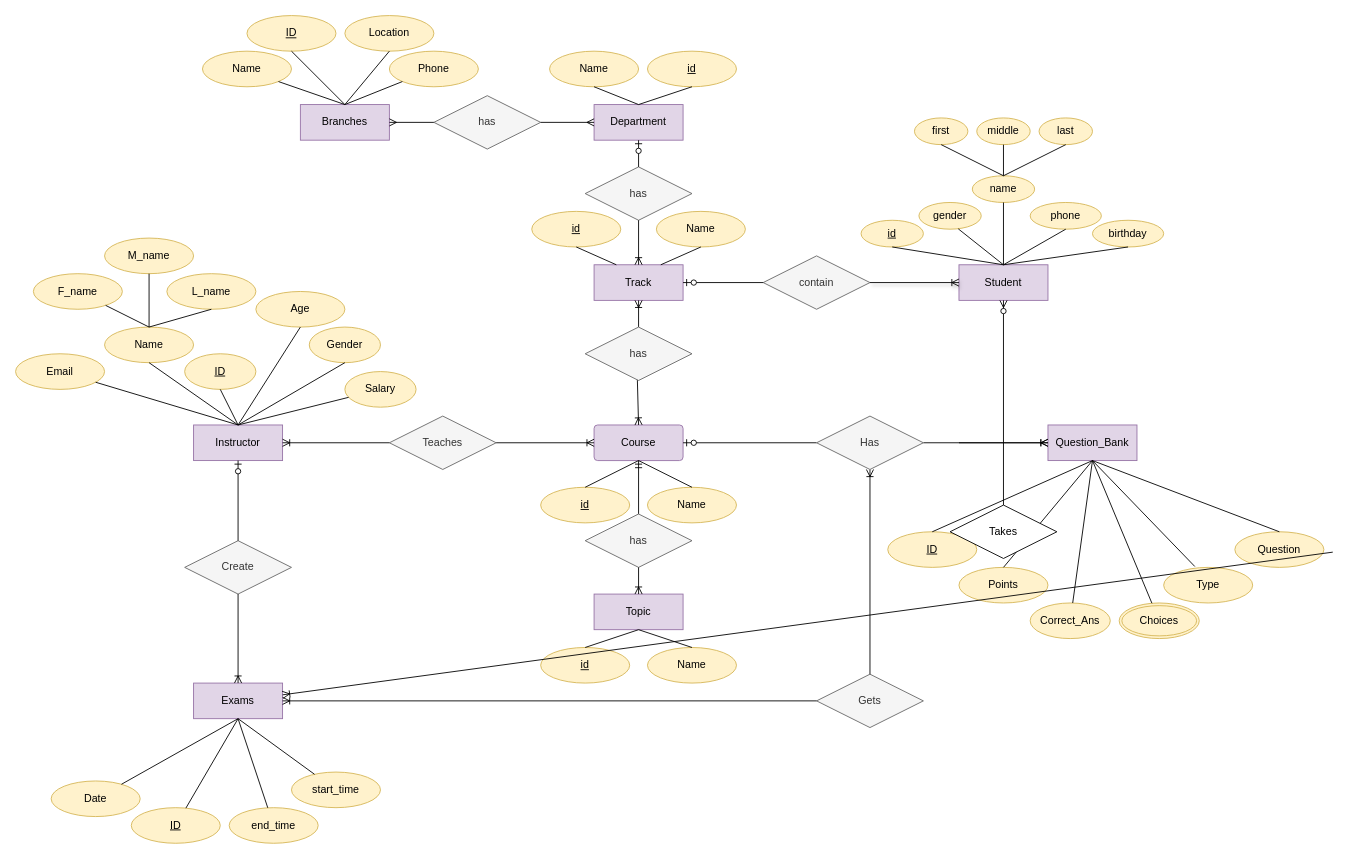
Before: OnlineExaminationSystem.drawio in aya-abdelmageed/OnlineExaminationSystem, a draw.io diagram. Source tidied: cells renumbered, new cells numbered last; positions are measured from the earlier drawing's top-left corner, leaving out a move shared by most shapes. Both pictures are drawn from the tidied source at 89%, with x=0, y=0 at pixel (15, 15).
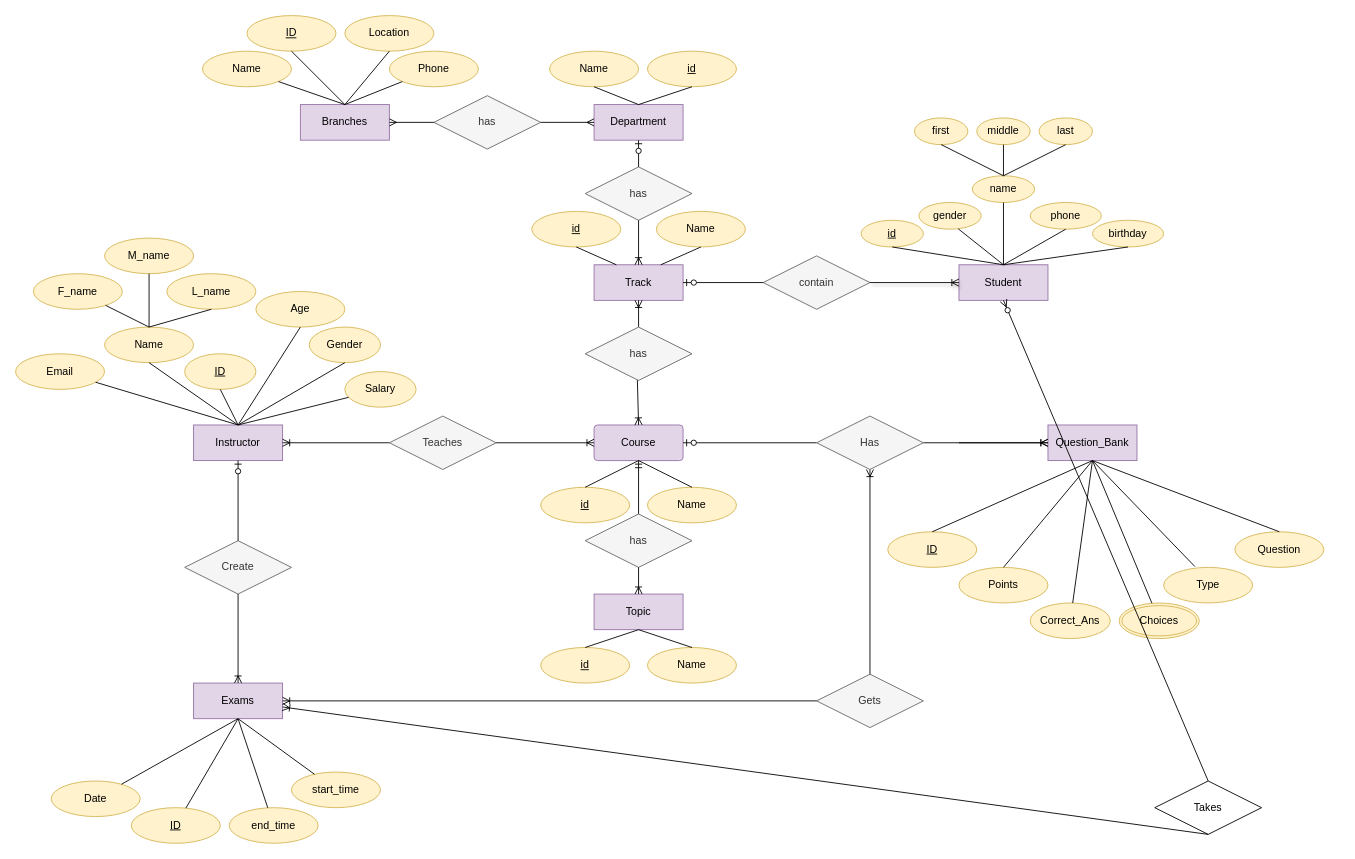
The same diagram, later.

The change refers to these unchanged cells:
```xml
<mxCell id="26" value="Exams" style="whiteSpace=wrap;html=1;align=center;fillColor=#e1d5e7;strokeColor=#9673a6;" parent="1" vertex="1">
  <mxGeometry x="200" y="750" width="100" height="40" as="geometry" />
</mxCell>
```

Change to the diagram source:
```diff
@@
     <mxCell id="116" value="Takes" style="shape=rhombus;perimeter=rhombusPerimeter;whiteSpace=wrap;html=1;align=center;" parent="1" vertex="1">
-      <mxGeometry x="1050" y="550" width="120" height="60" as="geometry" />
+      <mxGeometry x="1280" y="860" width="120" height="60" as="geometry" />
     </mxCell>
@@
-    <mxCell id="120" style="fontSize=12;html=1;endArrow=ERoneToMany;rounded=0;exitX=0.5;exitY=1;exitDx=0;exitDy=0;" parent="1" edge="1" target="26">
-      <mxGeometry relative="1" as="geometry">
-        <mxPoint x="1480" y="602.9" as="sourcePoint" />
-      </mxGeometry>
+    <mxCell id="120" style="fontSize=12;html=1;endArrow=ERoneToMany;rounded=0;exitX=0.5;exitY=1;exitDx=0;exitDy=0;" parent="1" edge="1" source="116" target="26">
+      <mxGeometry relative="1" as="geometry" />
     </mxCell>
```
